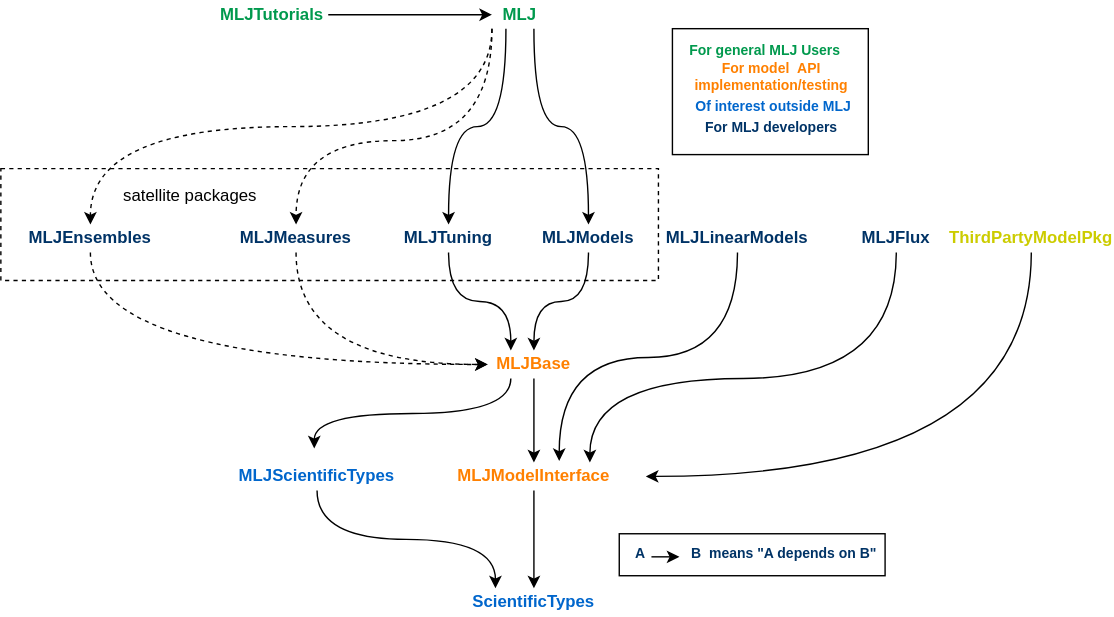
Before: material/MLJ_stack.svg, a diagram exported from draw.io (JuliaAI/MLJ.jl). Source tidied: cells renumbered, new cells last; positions are measured from the earlier drawing's top-left corner, leaving out a move shared by most shapes.
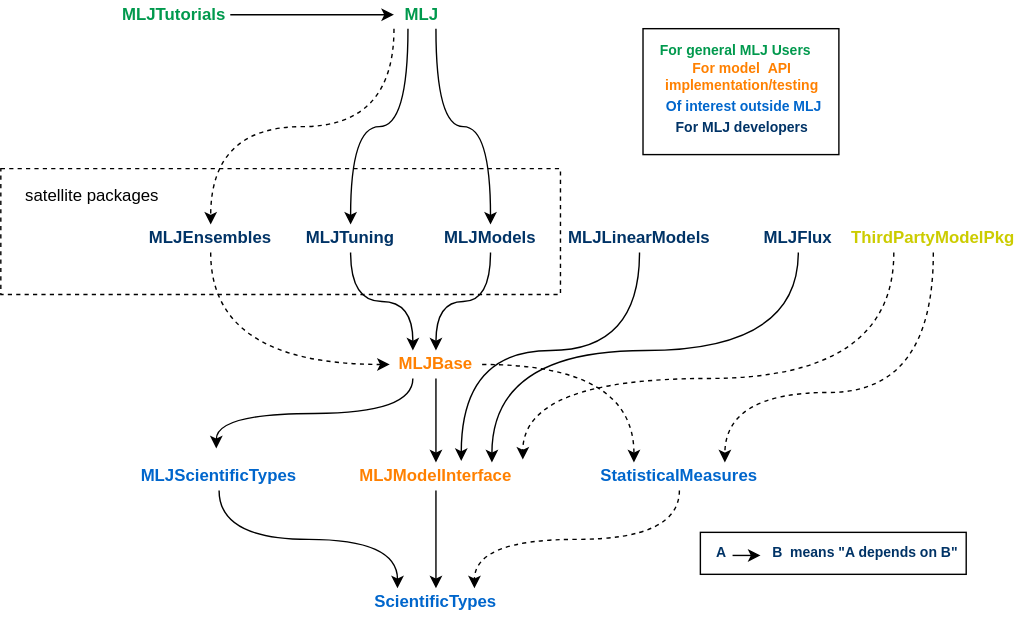
The same file after the commit.

Commit message:
correct dependency chart

What changed in the source:
```diff
@@ -2,14 +2,8 @@
   <root>
     <mxCell id="0" />
     <mxCell id="1" parent="0" />
-    <mxCell id="2" style="rounded=0;whiteSpace=wrap;html=1;strokeColor=#000000;fontSize=10;" parent="1" vertex="1">
-      <mxGeometry x="442" y="381" width="190" height="30" as="geometry" />
-    </mxCell>
-    <mxCell id="3" style="rounded=0;whiteSpace=wrap;html=1;strokeColor=#000000;fontSize=10;" parent="1" vertex="1">
-      <mxGeometry x="480" y="20" width="140" height="90" as="geometry" />
-    </mxCell>
     <mxCell id="4" style="rounded=0;whiteSpace=wrap;html=1;fillColor=none;dashed=1;strokeColor=#000000;" parent="1" vertex="1">
-      <mxGeometry y="120" width="470" height="80" as="geometry" />
+      <mxGeometry x="70" y="120" width="400" height="90" as="geometry" />
     </mxCell>
     <mxCell id="5" style="edgeStyle=orthogonalEdgeStyle;curved=1;rounded=0;jettySize=auto;html=1;exitX=0.5;exitY=1;exitDx=0;exitDy=0;entryX=0.5;entryY=0;entryDx=0;entryDy=0;" parent="1" edge="1" source="6" target="7">
       <mxGeometry relative="1" as="geometry" />
@@ -34,6 +28,9 @@
         <mxPoint x="224" y="320" as="targetPoint" />
       </mxGeometry>
     </mxCell>
+    <mxCell id="42" style="edgeStyle=orthogonalEdgeStyle;curved=1;rounded=0;jettySize=auto;html=1;exitX=1;exitY=0.5;exitDx=0;exitDy=0;entryX=0.25;entryY=0;entryDx=0;entryDy=0;dashed=1;fontSize=10;" parent="1" edge="1" source="12" target="27">
+      <mxGeometry relative="1" as="geometry" />
+    </mxCell>
     <mxCell id="12" value="&lt;b&gt;&lt;font color=&quot;#ff8000&quot;&gt;MLJBase&lt;/font&gt;&lt;/b&gt;" style="text;html=1;strokeColor=none;fillColor=none;align=center;verticalAlign=middle;whiteSpace=wrap;rounded=0;comic=1;" parent="1" vertex="1">
       <mxGeometry x="348" y="250" width="66" height="20" as="geometry" />
     </mxCell>
@@ -50,28 +47,38 @@
       <mxGeometry x="370" y="160" width="100" height="20" as="geometry" />
     </mxCell>
     <mxCell id="17" style="edgeStyle=orthogonalEdgeStyle;curved=1;rounded=0;jettySize=auto;html=1;exitX=0.5;exitY=1;exitDx=0;exitDy=0;entryX=0.613;entryY=-0.05;entryDx=0;entryDy=0;entryPerimeter=0;" parent="1" edge="1" source="18" target="6">
-      <mxGeometry relative="1" as="geometry" />
+      <mxGeometry relative="1" as="geometry">
+        <Array as="points">
+          <mxPoint x="527" y="250" />
+          <mxPoint x="399" y="250" />
+        </Array>
+      </mxGeometry>
     </mxCell>
     <mxCell id="18" value="&lt;b&gt;&lt;font color=&quot;#003366&quot;&gt;MLJLinearModels&lt;/font&gt;&lt;/b&gt;" style="text;html=1;strokeColor=none;fillColor=none;align=center;verticalAlign=middle;whiteSpace=wrap;rounded=0;comic=1;" parent="1" vertex="1">
       <mxGeometry x="470" y="160" width="113" height="20" as="geometry" />
     </mxCell>
-    <mxCell id="19" style="edgeStyle=orthogonalEdgeStyle;curved=1;rounded=0;jettySize=auto;html=1;exitX=0.5;exitY=1;exitDx=0;exitDy=0;entryX=1;entryY=0.5;entryDx=0;entryDy=0;" parent="1" edge="1" source="20" target="6">
-      <mxGeometry relative="1" as="geometry" />
+    <mxCell id="19" style="edgeStyle=orthogonalEdgeStyle;curved=1;rounded=0;jettySize=auto;html=1;exitX=0.25;exitY=1;exitDx=0;exitDy=0;entryX=0.888;entryY=-0.1;entryDx=0;entryDy=0;entryPerimeter=0;dashed=1;fontSize=10;" parent="1" edge="1" source="20" target="6">
+      <mxGeometry relative="1" as="geometry">
+        <Array as="points">
+          <mxPoint x="708" y="270" />
+          <mxPoint x="443" y="270" />
+        </Array>
+      </mxGeometry>
     </mxCell>
+    <mxCell id="43" style="edgeStyle=orthogonalEdgeStyle;curved=1;rounded=0;jettySize=auto;html=1;exitX=0.5;exitY=1;exitDx=0;exitDy=0;entryX=0.75;entryY=0;entryDx=0;entryDy=0;dashed=1;fontSize=10;" parent="1" edge="1" source="20" target="27">
+      <mxGeometry relative="1" as="geometry">
+        <Array as="points">
+          <mxPoint x="737" y="280" />
+          <mxPoint x="588" y="280" />
+        </Array>
+      </mxGeometry>
+    </mxCell>
     <mxCell id="20" value="&lt;b&gt;&lt;font color=&quot;#cccc00&quot;&gt;ThirdPartyModelPkg&lt;/font&gt;&lt;/b&gt;" style="text;html=1;strokeColor=none;fillColor=none;align=center;verticalAlign=middle;whiteSpace=wrap;rounded=0;comic=1;" parent="1" vertex="1">
       <mxGeometry x="680" y="160" width="113" height="20" as="geometry" />
     </mxCell>
     <mxCell id="21" style="edgeStyle=orthogonalEdgeStyle;curved=1;rounded=0;jettySize=auto;html=1;exitX=0.25;exitY=1;exitDx=0;exitDy=0;entryX=0.5;entryY=0;entryDx=0;entryDy=0;" parent="1" edge="1" source="25" target="14">
       <mxGeometry relative="1" as="geometry" />
     </mxCell>
-    <mxCell id="22" style="edgeStyle=orthogonalEdgeStyle;curved=1;rounded=0;jettySize=auto;html=1;exitX=0;exitY=1;exitDx=0;exitDy=0;entryX=0.5;entryY=0;entryDx=0;entryDy=0;dashed=1;" parent="1" edge="1" source="25" target="27">
-      <mxGeometry relative="1" as="geometry">
-        <Array as="points">
-          <mxPoint x="351" y="100" />
-          <mxPoint x="211" y="100" />
-        </Array>
-      </mxGeometry>
-    </mxCell>
     <mxCell id="23" style="edgeStyle=orthogonalEdgeStyle;curved=1;rounded=0;jettySize=auto;html=1;exitX=0;exitY=1;exitDx=0;exitDy=0;entryX=0.5;entryY=0;entryDx=0;entryDy=0;dashed=1;" parent="1" edge="1" source="25" target="29">
       <mxGeometry relative="1" as="geometry" />
     </mxCell>
@@ -81,17 +88,17 @@
     <mxCell id="25" value="&lt;b&gt;&lt;font color=&quot;#00994d&quot;&gt;MLJ&lt;/font&gt;&lt;/b&gt;" style="text;html=1;strokeColor=none;fillColor=none;align=center;verticalAlign=middle;whiteSpace=wrap;rounded=0;comic=1;" parent="1" vertex="1">
       <mxGeometry x="351" width="40" height="20" as="geometry" />
     </mxCell>
-    <mxCell id="26" style="edgeStyle=orthogonalEdgeStyle;curved=1;rounded=0;jettySize=auto;html=1;exitX=0.5;exitY=1;exitDx=0;exitDy=0;entryX=0;entryY=0.5;entryDx=0;entryDy=0;dashed=1;" parent="1" edge="1" source="27" target="12">
-      <mxGeometry relative="1" as="geometry" />
-    </mxCell>
+    <mxCell id="44" style="edgeStyle=orthogonalEdgeStyle;curved=1;rounded=0;jettySize=auto;html=1;exitX=0.5;exitY=1;exitDx=0;exitDy=0;entryX=0.75;entryY=0;entryDx=0;entryDy=0;fontSize=10;dashed=1;" parent="1" edge="1" source="27" target="7">
+      <mxGeometry relative="1" as="geometry" />
+    </mxCell>
-    <mxCell id="27" value="&lt;b&gt;&lt;font color=&quot;#003366&quot;&gt;MLJMeasures&lt;/font&gt;&lt;/b&gt;" style="text;html=1;strokeColor=none;fillColor=none;align=center;verticalAlign=middle;whiteSpace=wrap;rounded=0;comic=1;" parent="1" vertex="1">
-      <mxGeometry x="171" y="160" width="80" height="20" as="geometry" />
+    <mxCell id="27" value="&lt;b&gt;&lt;font color=&quot;#0066cc&quot;&gt;StatisticalMeasures&lt;/font&gt;&lt;/b&gt;" style="text;html=1;strokeColor=none;fillColor=none;align=center;verticalAlign=middle;whiteSpace=wrap;rounded=0;comic=1;" parent="1" vertex="1">
+      <mxGeometry x="490" y="330" width="130" height="20" as="geometry" />
     </mxCell>
     <mxCell id="28" style="edgeStyle=orthogonalEdgeStyle;curved=1;rounded=0;jettySize=auto;html=1;exitX=0.5;exitY=1;exitDx=0;exitDy=0;entryX=0;entryY=0.5;entryDx=0;entryDy=0;dashed=1;" parent="1" edge="1" source="29" target="12">
       <mxGeometry relative="1" as="geometry" />
     </mxCell>
     <mxCell id="29" value="&lt;b&gt;&lt;font color=&quot;#003366&quot;&gt;MLJEnsembles&lt;/font&gt;&lt;/b&gt;" style="text;html=1;strokeColor=none;fillColor=none;align=center;verticalAlign=middle;whiteSpace=wrap;rounded=0;comic=1;" parent="1" vertex="1">
-      <mxGeometry x="24" y="160" width="80" height="20" as="geometry" />
+      <mxGeometry x="180" y="160" width="80" height="20" as="geometry" />
     </mxCell>
     <mxCell id="30" style="edgeStyle=orthogonalEdgeStyle;curved=1;rounded=0;jettySize=auto;html=1;exitX=1;exitY=0.5;exitDx=0;exitDy=0;entryX=0;entryY=0.5;entryDx=0;entryDy=0;" parent="1" edge="1" source="31" target="25">
       <mxGeometry relative="1" as="geometry" />
@@ -102,8 +109,8 @@
     <mxCell id="32" style="edgeStyle=orthogonalEdgeStyle;curved=1;rounded=0;jettySize=auto;html=1;exitX=0.5;exitY=1;exitDx=0;exitDy=0;entryX=0.75;entryY=0;entryDx=0;entryDy=0;" parent="1" edge="1" source="33" target="6">
       <mxGeometry relative="1" as="geometry">
         <Array as="points">
-          <mxPoint x="640" y="270" />
-          <mxPoint x="421" y="270" />
+          <mxPoint x="640" y="250" />
+          <mxPoint x="421" y="250" />
         </Array>
       </mxGeometry>
     </mxCell>
@@ -113,29 +120,44 @@
     <mxCell id="34" value="satellite packages" style="text;html=1;align=center;verticalAlign=middle;" parent="1" vertex="1">
       <mxGeometry x="80" y="130" width="110" height="20" as="geometry" />
     </mxCell>
+    <mxCell id="45" style="group;" parent="1" vertex="1">
+      <mxGeometry x="570" y="380" width="190" height="30" as="geometry" />
+    </mxCell>
+    <mxCell id="46" style="group;" parent="45" vertex="1">
+      <mxGeometry width="190" height="30" as="geometry" />
+    </mxCell>
+    <mxCell id="2" style="rounded=0;whiteSpace=wrap;html=1;strokeColor=#000000;fontSize=10;" parent="46" vertex="1">
+      <mxGeometry width="190" height="30" as="geometry" />
+    </mxCell>
+    <mxCell id="39" style="group;" parent="46" vertex="1">
+      <mxGeometry x="8" y="9" width="180" height="10" as="geometry" />
+    </mxCell>
+    <mxCell id="40" value="&lt;font color=&quot;#003366&quot;&gt;&lt;span&gt;&lt;b&gt;A &amp;nbsp; &amp;nbsp; &amp;nbsp; &amp;nbsp; &amp;nbsp; &amp;nbsp;B &amp;nbsp;means &quot;A depends on B&quot;&lt;/b&gt;&lt;/span&gt;&lt;/font&gt;" style="text;html=1;strokeColor=none;fillColor=none;align=center;verticalAlign=middle;whiteSpace=wrap;rounded=0;fontSize=10;" parent="39" vertex="1">
+      <mxGeometry width="180" height="10" as="geometry" />
+    </mxCell>
+    <mxCell id="41" style="endArrow=classic;html=1;fontSize=10;" parent="39" edge="1">
+      <mxGeometry relative="1" as="geometry">
+        <mxPoint x="15" y="7.5" as="sourcePoint" />
+        <mxPoint x="35" y="7.5" as="targetPoint" />
+      </mxGeometry>
+    </mxCell>
+    <mxCell id="47" style="group;" parent="1" vertex="1">
+      <mxGeometry x="504" y="20" width="186" height="90" as="geometry" />
+    </mxCell>
+    <mxCell id="3" style="rounded=0;whiteSpace=wrap;html=1;strokeColor=#000000;fontSize=10;" parent="47" vertex="1">
+      <mxGeometry x="25" width="140" height="90" as="geometry" />
+    </mxCell>
-    <mxCell id="35" value="&lt;font color=&quot;#00994d&quot; style=&quot;font-size: 10px;&quot;&gt;&lt;b style=&quot;font-size: 10px;&quot;&gt;&amp;nbsp;For general MLJ Users&lt;/b&gt;&lt;/font&gt;" style="text;html=1;strokeColor=none;fillColor=none;align=center;verticalAlign=middle;whiteSpace=wrap;rounded=0;fontSize=10;" parent="1" vertex="1">
-      <mxGeometry x="455" y="30" width="180" height="10" as="geometry" />
+    <mxCell id="35" value="&lt;font color=&quot;#00994d&quot; style=&quot;font-size: 10px;&quot;&gt;&lt;b style=&quot;font-size: 10px;&quot;&gt;&amp;nbsp;For general MLJ Users&lt;/b&gt;&lt;/font&gt;" style="text;html=1;strokeColor=none;fillColor=none;align=center;verticalAlign=middle;whiteSpace=wrap;rounded=0;fontSize=10;" parent="47" vertex="1">
+      <mxGeometry y="10" width="180" height="10" as="geometry" />
     </mxCell>
-    <mxCell id="36" value="&lt;b style=&quot;font-size: 10px;&quot;&gt;&lt;font color=&quot;#ff8000&quot; style=&quot;font-size: 10px;&quot;&gt;For model &amp;nbsp;API implementation/testing&lt;br style=&quot;font-size: 10px;&quot;&gt;&lt;br style=&quot;font-size: 10px;&quot;&gt;&lt;/font&gt;&lt;/b&gt;" style="text;html=1;strokeColor=none;fillColor=none;align=center;verticalAlign=middle;whiteSpace=wrap;rounded=0;fontSize=10;" parent="1" vertex="1">
-      <mxGeometry x="461" y="55" width="180" height="10" as="geometry" />
+    <mxCell id="36" value="&lt;b style=&quot;font-size: 10px;&quot;&gt;&lt;font color=&quot;#ff8000&quot; style=&quot;font-size: 10px;&quot;&gt;For model &amp;nbsp;API implementation/testing&lt;br style=&quot;font-size: 10px;&quot;&gt;&lt;br style=&quot;font-size: 10px;&quot;&gt;&lt;/font&gt;&lt;/b&gt;" style="text;html=1;strokeColor=none;fillColor=none;align=center;verticalAlign=middle;whiteSpace=wrap;rounded=0;fontSize=10;" parent="47" vertex="1">
+      <mxGeometry x="6" y="35" width="180" height="10" as="geometry" />
     </mxCell>
-    <mxCell id="37" value="&lt;font color=&quot;#0066cc&quot; style=&quot;font-size: 10px;&quot;&gt;&lt;span style=&quot;font-size: 10px;&quot;&gt;&lt;b style=&quot;font-size: 10px;&quot;&gt;&amp;nbsp;Of interest outside MLJ&lt;/b&gt;&lt;/span&gt;&lt;/font&gt;" style="text;html=1;strokeColor=none;fillColor=none;align=center;verticalAlign=middle;whiteSpace=wrap;rounded=0;fontSize=10;" parent="1" vertex="1">
-      <mxGeometry x="461" y="70" width="180" height="10" as="geometry" />
+    <mxCell id="37" value="&lt;font color=&quot;#0066cc&quot; style=&quot;font-size: 10px;&quot;&gt;&lt;span style=&quot;font-size: 10px;&quot;&gt;&lt;b style=&quot;font-size: 10px;&quot;&gt;&amp;nbsp;Of interest outside MLJ&lt;/b&gt;&lt;/span&gt;&lt;/font&gt;" style="text;html=1;strokeColor=none;fillColor=none;align=center;verticalAlign=middle;whiteSpace=wrap;rounded=0;fontSize=10;" parent="47" vertex="1">
+      <mxGeometry x="6" y="50" width="180" height="10" as="geometry" />
     </mxCell>
-    <mxCell id="38" value="&lt;b style=&quot;font-size: 10px;&quot;&gt;&lt;font color=&quot;#003366&quot; style=&quot;font-size: 10px;&quot;&gt;For MLJ developers&lt;/font&gt;&lt;/b&gt;" style="text;html=1;strokeColor=none;fillColor=none;align=center;verticalAlign=middle;whiteSpace=wrap;rounded=0;fontSize=10;" parent="1" vertex="1">
-      <mxGeometry x="461" y="85" width="180" height="10" as="geometry" />
+    <mxCell id="38" value="&lt;b style=&quot;font-size: 10px;&quot;&gt;&lt;font color=&quot;#003366&quot; style=&quot;font-size: 10px;&quot;&gt;For MLJ developers&lt;/font&gt;&lt;/b&gt;" style="text;html=1;strokeColor=none;fillColor=none;align=center;verticalAlign=middle;whiteSpace=wrap;rounded=0;fontSize=10;" parent="47" vertex="1">
+      <mxGeometry x="6" y="65" width="180" height="10" as="geometry" />
     </mxCell>
-    <mxCell id="39" style="group;" parent="1" vertex="1">
-      <mxGeometry x="450" y="390" width="180" height="10" as="geometry" />
-    </mxCell>
-    <mxCell id="40" value="&lt;font color=&quot;#003366&quot;&gt;&lt;span&gt;&lt;b&gt;A &amp;nbsp; &amp;nbsp; &amp;nbsp; &amp;nbsp; &amp;nbsp; &amp;nbsp;B &amp;nbsp;means &quot;A depends on B&quot;&lt;/b&gt;&lt;/span&gt;&lt;/font&gt;" style="text;html=1;strokeColor=none;fillColor=none;align=center;verticalAlign=middle;whiteSpace=wrap;rounded=0;fontSize=10;" parent="39" vertex="1">
-      <mxGeometry width="180" height="10" as="geometry" />
-    </mxCell>
-    <mxCell id="41" style="endArrow=classic;html=1;fontSize=10;" parent="39" edge="1">
-      <mxGeometry relative="1" as="geometry">
-        <mxPoint x="15" y="7.5" as="sourcePoint" />
-        <mxPoint x="35" y="7.5" as="targetPoint" />
-      </mxGeometry>
-    </mxCell>
   </root>
 </mxGraphModel>
```
